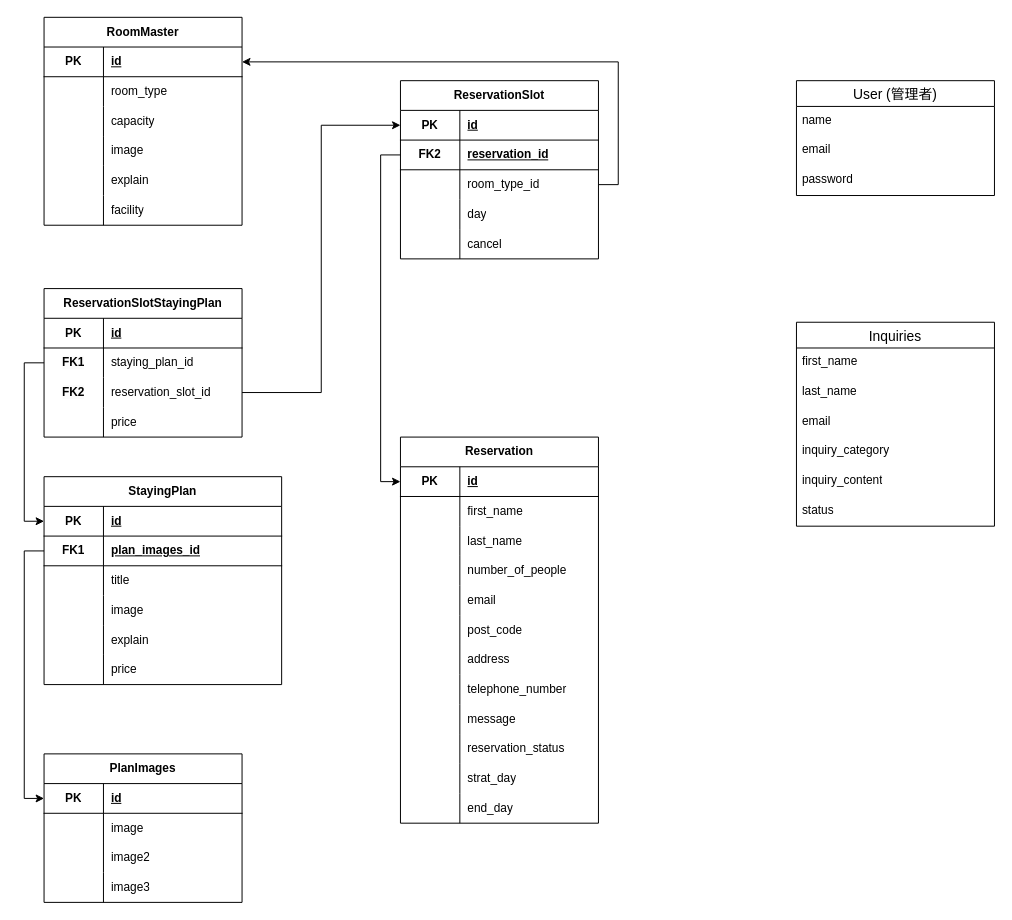
This is ER図.drawio from your-school/reserve, a draw.io file, before an edit. Source tidied: cells renumbered, new cells numbered last; positions are measured from the earlier drawing's top-left corner, leaving out a move shared by most shapes. Both pictures are drawn from the tidied source at 99%, with x=0, y=0 at pixel (44, 17).
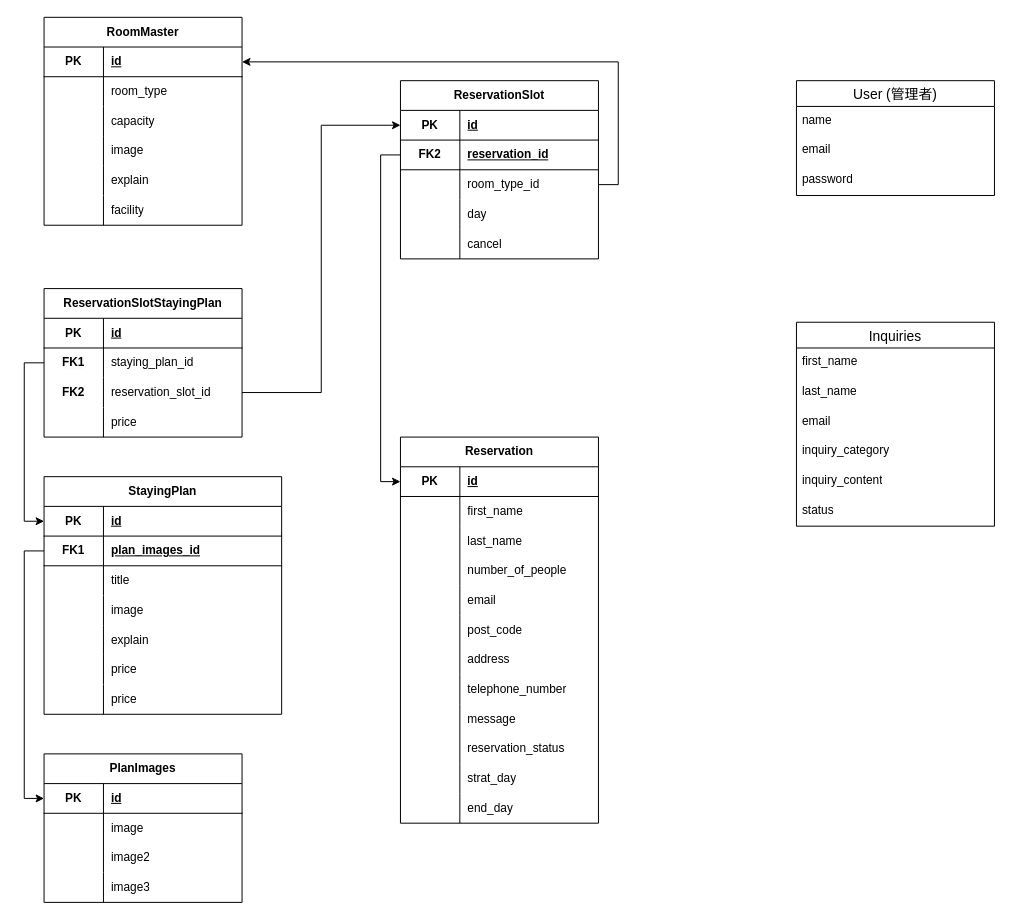
The same diagram, later.

Commit message:
ER図.drawio を更新します

Change to the diagram source:
```diff
@@
     <mxCell id="39" value="StayingPlan" style="shape=table;startSize=30;childLayout=tableLayout;rowLines=0;fontStyle=1;align=center;html=1;whiteSpace=wrap;" parent="1" vertex="1">
-      <mxGeometry y="464" width="240" height="210" as="geometry" />
+      <mxGeometry y="464" width="240" height="240" as="geometry" />
     </mxCell>
@@
+    <mxCell id="135" style="shape=tableRow;horizontal=0;startSize=0;swimlaneHead=0;swimlaneBody=0;fillColor=none;top=0;left=0;right=0;bottom=0;html=1;" parent="39" vertex="1">
+      <mxGeometry y="180" width="240" height="30" as="geometry" />
+    </mxCell>
+    <mxCell id="136" style="shape=partialRectangle;fillColor=none;top=0;left=0;bottom=0;right=0;overflow=hidden;html=1;whiteSpace=wrap;" parent="135" vertex="1">
+      <mxGeometry width="60" height="30" as="geometry" />
+    </mxCell>
+    <mxCell id="137" value="price" style="shape=partialRectangle;fillColor=none;top=0;left=0;bottom=0;right=0;align=left;spacingLeft=6;overflow=hidden;html=1;whiteSpace=wrap;" parent="135" vertex="1">
+      <mxGeometry x="60" width="180" height="30" as="geometry" />
+    </mxCell>
     <mxCell id="55" style="shape=tableRow;horizontal=0;startSize=0;swimlaneHead=0;swimlaneBody=0;fillColor=none;top=0;left=0;right=0;bottom=0;html=1;" parent="39" vertex="1">
-      <mxGeometry y="180" width="240" height="30" as="geometry" />
+      <mxGeometry y="210" width="240" height="30" as="geometry" />
     </mxCell>
```
